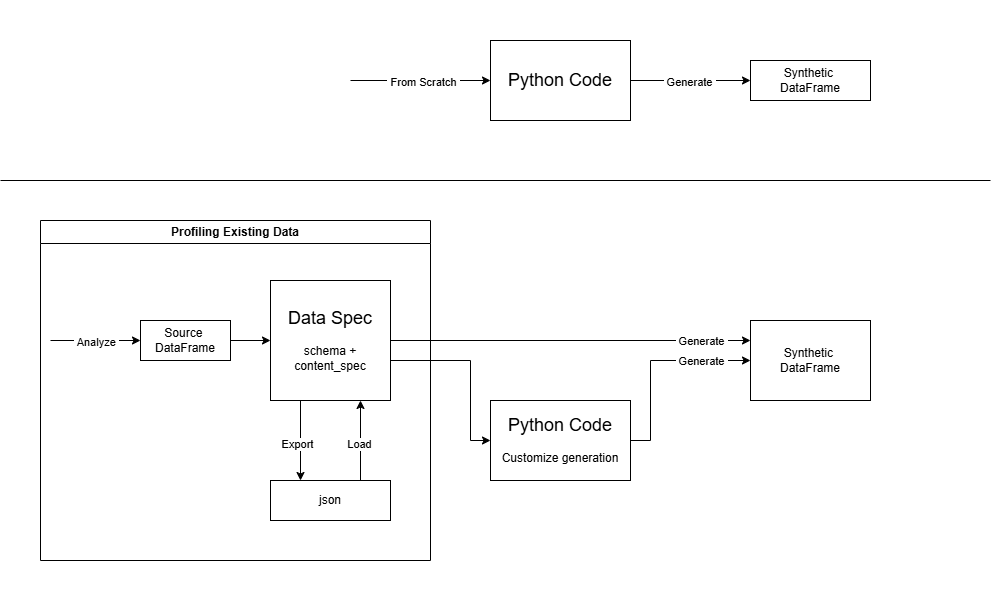
The draw.io diagram docs/images/parrot_flows.png in dorren/parrotpy, before a commit. Source tidied: cells renumbered, new cells last; positions are measured from the earlier drawing's top-left corner, leaving out a move shared by most shapes.
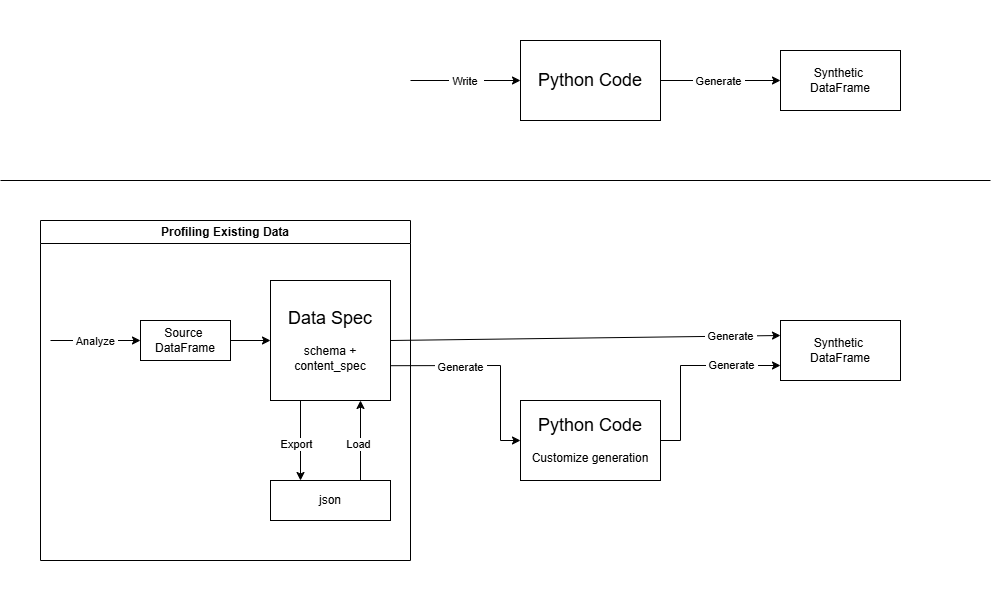
The same diagram one commit later.

Change to the diagram source:
```diff
@@ -9,42 +9,44 @@
       <mxGeometry relative="1" as="geometry" />
     </mxCell>
     <mxCell id="4" value="&lt;font style=&quot;font-size: 18px;&quot;&gt;Python Code&lt;/font&gt;&lt;div&gt;&lt;br&gt;&lt;/div&gt;&lt;div&gt;Customize generation&lt;/div&gt;" style="rounded=0;whiteSpace=wrap;html=1;" parent="1" vertex="1">
-      <mxGeometry x="490" y="360" width="140" height="80" as="geometry" />
+      <mxGeometry x="520" y="360" width="140" height="80" as="geometry" />
     </mxCell>
-    <mxCell id="5" style="endArrow=classic;html=1;rounded=0;entryX=0;entryY=0.5;entryDx=0;entryDy=0;" parent="1" edge="1" target="4">
+    <mxCell id="5" style="endArrow=classic;html=1;rounded=0;entryX=0;entryY=0.5;entryDx=0;entryDy=0;exitX=1.005;exitY=0.71;exitDx=0;exitDy=0;exitPerimeter=0;" parent="1" edge="1" source="2" target="4">
       <mxGeometry relative="1" as="geometry">
-        <mxPoint x="390" y="320" as="sourcePoint" />
         <Array as="points">
-          <mxPoint x="470" y="320" />
-          <mxPoint x="470" y="400" />
+          <mxPoint x="500" y="325" />
+          <mxPoint x="500" y="400" />
         </Array>
       </mxGeometry>
     </mxCell>
+    <mxCell id="27" value="&amp;nbsp;Generate&amp;nbsp;" style="edgeLabel;html=1;align=center;verticalAlign=middle;" parent="5" vertex="1">
+      <mxGeometry x="-0.5" y="-1" relative="1" as="geometry">
+        <mxPoint x="18" as="offset" />
+      </mxGeometry>
+    </mxCell>
     <mxCell id="6" value="json" style="rounded=0;whiteSpace=wrap;html=1;" parent="1" vertex="1">
       <mxGeometry x="270" y="440" width="120" height="40" as="geometry" />
     </mxCell>
     <mxCell id="7" value="Synthetic&amp;nbsp;&lt;div&gt;DataFrame&lt;/div&gt;" style="rounded=0;whiteSpace=wrap;html=1;" parent="1" vertex="1">
-      <mxGeometry x="750" y="280" width="120" height="80" as="geometry" />
+      <mxGeometry x="780" y="280" width="120" height="60" as="geometry" />
     </mxCell>
-    <mxCell id="8" style="endArrow=classic;html=1;rounded=0;exitX=1;exitY=0.5;exitDx=0;exitDy=0;entryX=0;entryY=0.5;entryDx=0;entryDy=0;" parent="1" edge="1" source="4" target="7">
+    <mxCell id="8" style="endArrow=classic;html=1;rounded=0;exitX=1;exitY=0.5;exitDx=0;exitDy=0;entryX=0;entryY=0.75;entryDx=0;entryDy=0;" parent="1" edge="1" source="4" target="7">
       <mxGeometry relative="1" as="geometry">
         <Array as="points">
-          <mxPoint x="650" y="400" />
-          <mxPoint x="650" y="320" />
+          <mxPoint x="680" y="400" />
+          <mxPoint x="680" y="325" />
         </Array>
       </mxGeometry>
     </mxCell>
     <mxCell id="9" value="&amp;nbsp;Generate&amp;nbsp;" style="edgeLabel;html=1;align=center;verticalAlign=middle;" parent="8" vertex="1">
       <mxGeometry x="0.5" relative="1" as="geometry" />
     </mxCell>
-    <mxCell id="10" style="endArrow=classic;html=1;rounded=0;exitX=1;exitY=0.5;exitDx=0;exitDy=0;" parent="1" edge="1" source="2">
-      <mxGeometry relative="1" as="geometry">
-        <mxPoint x="750" y="300" as="targetPoint" />
-      </mxGeometry>
+    <mxCell id="10" style="endArrow=classic;html=1;rounded=0;exitX=1;exitY=0.5;exitDx=0;exitDy=0;entryX=0;entryY=0.25;entryDx=0;entryDy=0;" parent="1" edge="1" source="2" target="7">
+      <mxGeometry relative="1" as="geometry" />
     </mxCell>
     <mxCell id="11" value="&amp;nbsp;Generate&amp;nbsp;" style="edgeLabel;html=1;align=center;verticalAlign=middle;" parent="10" vertex="1">
       <mxGeometry x="0.77" y="-1" relative="1" as="geometry">
-        <mxPoint x="-9" y="-1" as="offset" />
+        <mxPoint x="-5" y="-1" as="offset" />
       </mxGeometry>
     </mxCell>
     <mxCell id="12" style="endArrow=classic;html=1;rounded=0;exitX=0.25;exitY=1;exitDx=0;exitDy=0;entryX=0.25;entryY=0;entryDx=0;entryDy=0;" parent="1" edge="1" source="2" target="6">
@@ -68,10 +70,10 @@
       <mxGeometry x="-0.01" y="-1" relative="1" as="geometry" />
     </mxCell>
     <mxCell id="18" value="&lt;div&gt;&lt;span style=&quot;background-color: transparent; color: light-dark(rgb(0, 0, 0), rgb(255, 255, 255)); font-size: 18px;&quot;&gt;Python Code&lt;/span&gt;&lt;/div&gt;" style="rounded=0;whiteSpace=wrap;html=1;" parent="1" vertex="1">
-      <mxGeometry x="490" width="140" height="80" as="geometry" />
+      <mxGeometry x="520" width="140" height="80" as="geometry" />
     </mxCell>
     <mxCell id="19" value="Synthetic&amp;nbsp;&lt;div&gt;DataFrame&lt;/div&gt;" style="rounded=0;whiteSpace=wrap;html=1;" parent="1" vertex="1">
-      <mxGeometry x="750" y="20" width="120" height="40" as="geometry" />
+      <mxGeometry x="780" y="10" width="120" height="60" as="geometry" />
     </mxCell>
     <mxCell id="20" style="endArrow=classic;html=1;rounded=0;exitX=1;exitY=0.5;exitDx=0;exitDy=0;entryX=0;entryY=0.5;entryDx=0;entryDy=0;" parent="1" edge="1" source="18" target="19">
       <mxGeometry relative="1" as="geometry" />
@@ -87,17 +89,17 @@
     </mxCell>
     <mxCell id="23" style="endArrow=classic;html=1;rounded=0;entryX=0;entryY=0.5;entryDx=0;entryDy=0;" parent="1" edge="1" target="18">
       <mxGeometry relative="1" as="geometry">
-        <mxPoint x="350" y="40" as="sourcePoint" />
+        <mxPoint x="410" y="40" as="sourcePoint" />
       </mxGeometry>
     </mxCell>
-    <mxCell id="24" value="&amp;nbsp;From Scratch&amp;nbsp;" style="edgeLabel;html=1;align=center;verticalAlign=middle;" parent="23" vertex="1">
+    <mxCell id="24" value="&amp;nbsp;Write&amp;nbsp;&amp;nbsp;" style="edgeLabel;html=1;align=center;verticalAlign=middle;" parent="23" vertex="1">
       <mxGeometry x="0.02" y="-1" relative="1" as="geometry" />
     </mxCell>
     <mxCell id="25" value="Source&amp;nbsp;&lt;div&gt;DataFrame&lt;/div&gt;" style="rounded=0;whiteSpace=wrap;html=1;" parent="1" vertex="1">
       <mxGeometry x="140" y="280" width="90" height="40" as="geometry" />
     </mxCell>
     <mxCell id="26" value="Profiling Existing Data" style="swimlane;whiteSpace=wrap;html=1;" parent="1" vertex="1">
-      <mxGeometry x="40" y="180" width="390" height="340" as="geometry" />
+      <mxGeometry x="40" y="180" width="370" height="340" as="geometry" />
     </mxCell>
   </root>
 </mxGraphModel>
```
